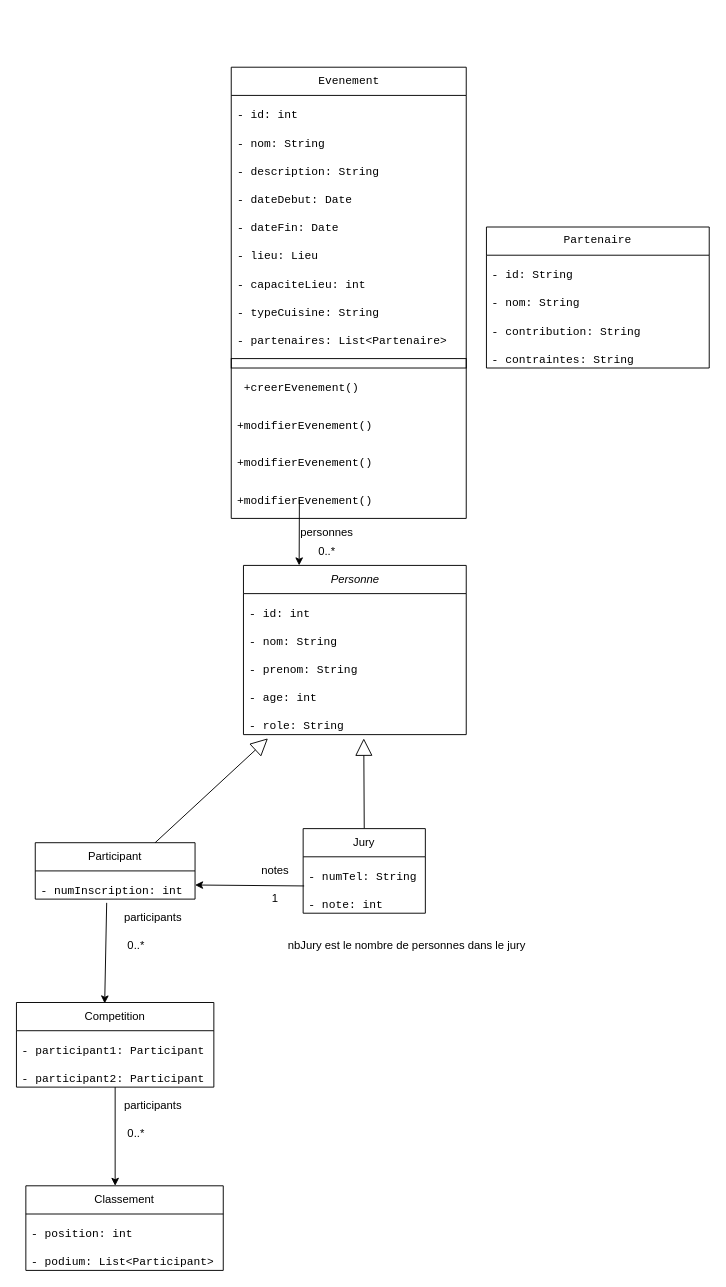
Before: Conception/diagramme de classe méthodes.drawio in CSliveR/Chief-s-Arena, a draw.io diagram. Source tidied: cells renumbered, new cells numbered last; positions are measured from the earlier drawing's top-left corner, leaving out a move shared by most shapes. Both pictures are drawn from the tidied source at 94%, with x=0, y=0 at pixel (16, 67).
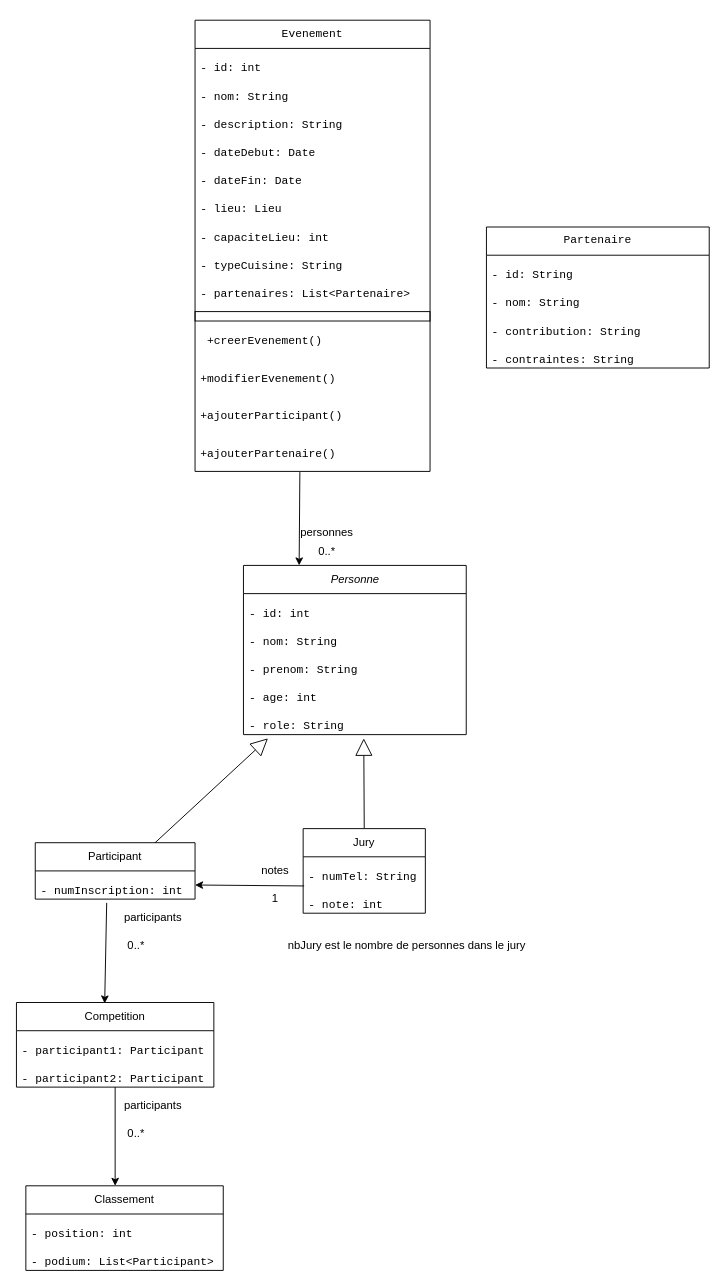
After the change.

The change refers to these unchanged cells:
```xml
<mxCell id="24" value="&lt;div&gt;&lt;i&gt;Personne&lt;/i&gt;&lt;/div&gt;" style="swimlane;fontStyle=0;horizontal=1;startSize=30;whiteSpace=wrap;html=1;" parent="1" vertex="1">
  <mxGeometry x="241.5" y="530" width="237" height="180" as="geometry" />
</mxCell>
```

Change to the diagram source:
```diff
@@
     <mxCell id="2" value="&lt;pre&gt;&lt;code class=&quot;!whitespace-pre hljs language-plaintext&quot;&gt;Evenement&lt;/code&gt;&lt;/pre&gt;" style="swimlane;fontStyle=0;horizontal=1;startSize=30;whiteSpace=wrap;html=1;" parent="1" vertex="1">
-      <mxGeometry x="228.5" width="250" height="480" as="geometry" />
+      <mxGeometry x="190" y="-50" width="250" height="480" as="geometry" />
     </mxCell>
@@
-    <mxCell id="15" value="&lt;pre&gt;&lt;code class=&quot;!whitespace-pre hljs language-plaintext&quot;&gt;+modifierEvenement()&lt;/code&gt;&lt;/pre&gt;" style="text;strokeColor=none;fillColor=none;align=left;verticalAlign=middle;spacingLeft=4;spacingRight=4;overflow=hidden;whiteSpace=wrap;html=1;" parent="2" vertex="1">
+    <mxCell id="15" value="&lt;pre&gt;&lt;code class=&quot;!whitespace-pre hljs language-plaintext&quot;&gt;+ajouterParticipant()&lt;/code&gt;&lt;/pre&gt;" style="text;strokeColor=none;fillColor=none;align=left;verticalAlign=middle;spacingLeft=4;spacingRight=4;overflow=hidden;whiteSpace=wrap;html=1;" parent="2" vertex="1">
       <mxGeometry y="400" width="250" height="40" as="geometry" />
     </mxCell>
-    <mxCell id="16" value="&lt;pre&gt;&lt;code class=&quot;!whitespace-pre hljs language-plaintext&quot;&gt;+modifierEvenement()&lt;/code&gt;&lt;/pre&gt;" style="text;strokeColor=none;fillColor=none;align=left;verticalAlign=middle;spacingLeft=4;spacingRight=4;overflow=hidden;points=[[0,0.5],[1,0.5]];portConstraint=eastwest;whiteSpace=wrap;html=1;" parent="2" vertex="1">
+    <mxCell id="16" value="&lt;pre&gt;&lt;code class=&quot;!whitespace-pre hljs language-plaintext&quot;&gt;+ajouterPartenaire()&lt;/code&gt;&lt;/pre&gt;" style="text;strokeColor=none;fillColor=none;align=left;verticalAlign=middle;spacingLeft=4;spacingRight=4;overflow=hidden;points=[[0,0.5],[1,0.5]];portConstraint=eastwest;whiteSpace=wrap;html=1;" parent="2" vertex="1">
       <mxGeometry y="440" width="250" height="40" as="geometry" />
     </mxCell>
@@
-    <mxCell id="40" style="endArrow=classic;html=1;rounded=0;entryX=0.25;entryY=0;entryDx=0;entryDy=0;" parent="1" edge="1" target="24">
-      <mxGeometry relative="1" as="geometry">
-        <mxPoint x="301" y="460" as="sourcePoint" />
-      </mxGeometry>
+    <mxCell id="40" style="endArrow=classic;html=1;rounded=0;entryX=0.25;entryY=0;entryDx=0;entryDy=0;exitX=0.446;exitY=1.019;exitDx=0;exitDy=0;exitPerimeter=0;" parent="1" edge="1" source="16" target="24">
+      <mxGeometry relative="1" as="geometry" />
     </mxCell>
```
